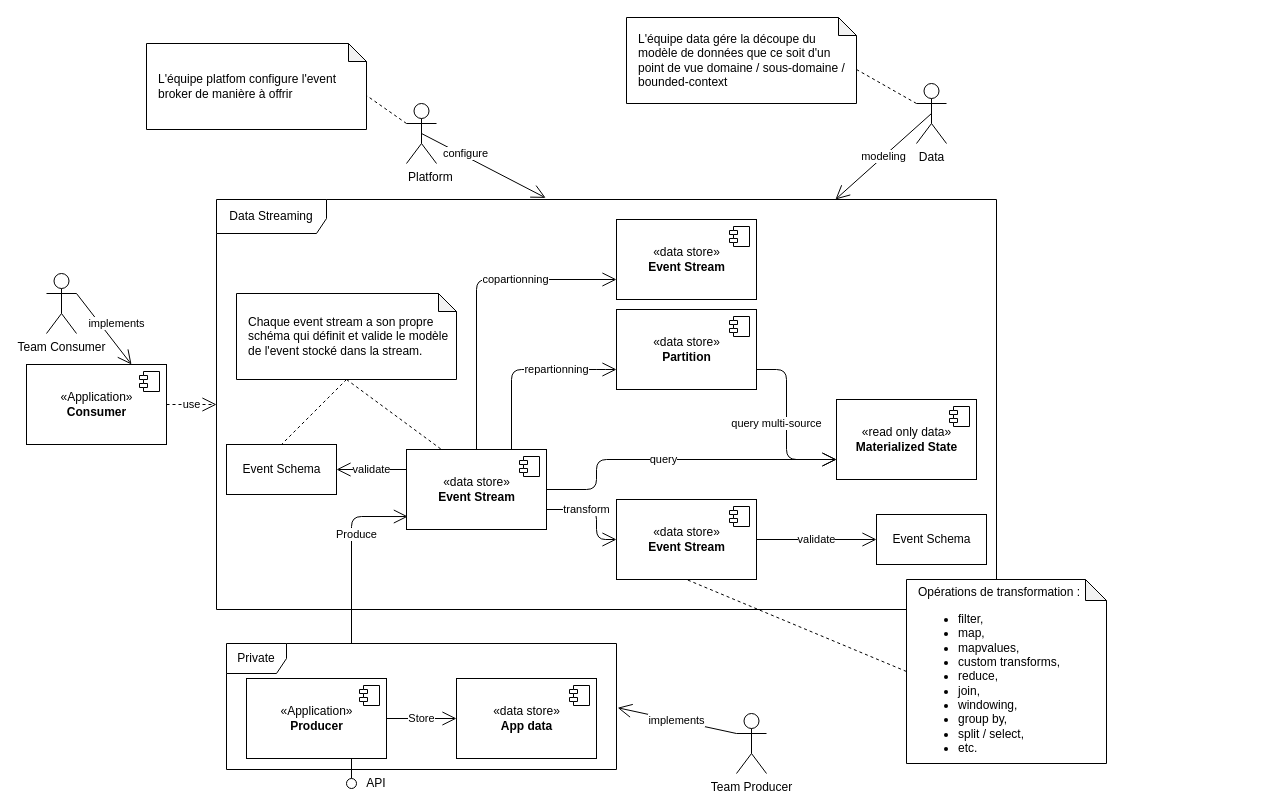
The draw.io diagram page "Page-2" (2 of 3) of drafts/data-liberation.drawio in diplomegalo/event-driven, before the edit. Source tidied: cells renumbered, new cells numbered last; positions are measured from the earlier drawing's top-left corner, leaving out a move shared by most shapes. Both pictures are drawn from the tidied source at 100%, with x=0, y=0 at pixel (26, 17).
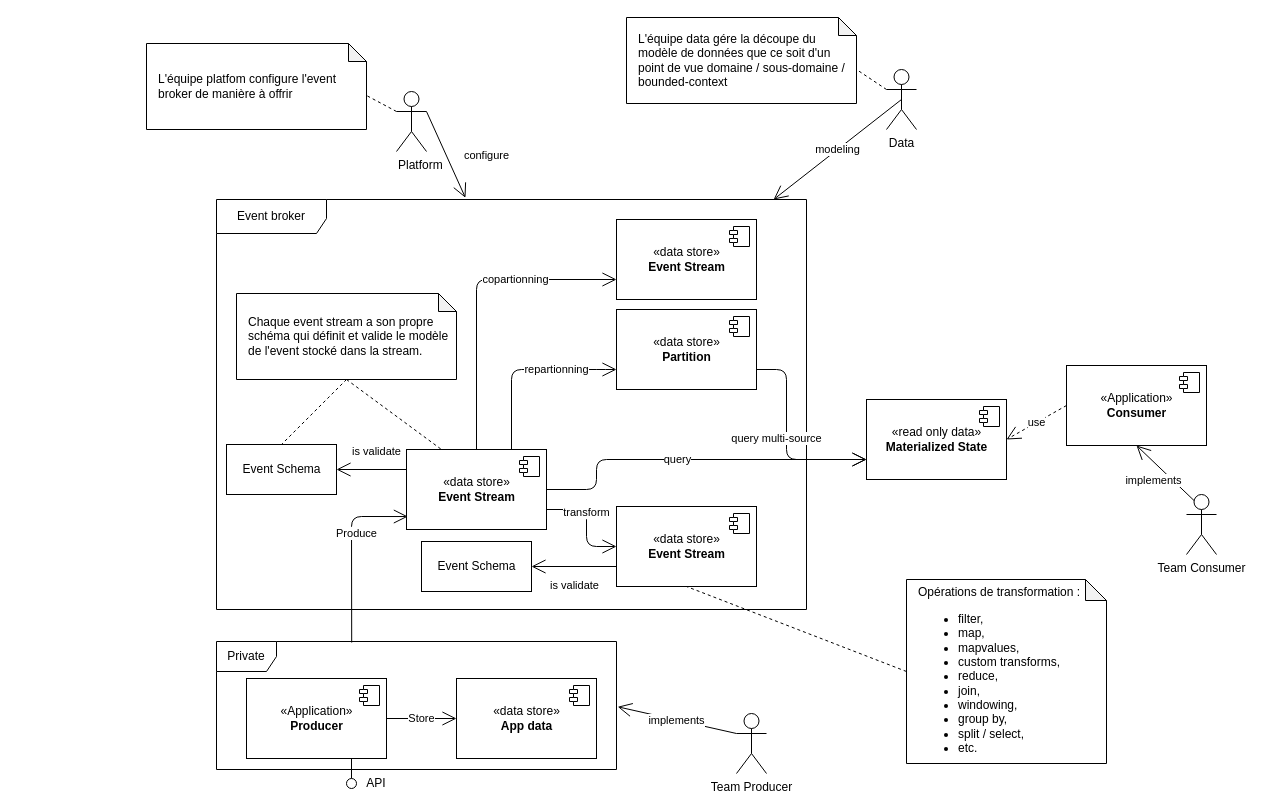
The same page after the edit.

Commit message (it also covers changes not shown here):
data stream

Unchanged cells that the change refers to:
```xml
<mxCell id="12" value="«data store»&lt;br&gt;&lt;b&gt;Event Stream&lt;/b&gt;" style="html=1;" parent="1" vertex="1">
  <mxGeometry x="380" y="432" width="140" height="80" as="geometry" />
</mxCell>
<mxCell id="44" value="Event Schema" style="html=1;" parent="1" vertex="1">
  <mxGeometry x="200" y="427" width="110" height="50" as="geometry" />
</mxCell>
```

The edit, as a diff of the source:
```diff
@@
+    <mxCell id="33" value="implements" style="endArrow=open;endFill=1;endSize=12;html=1;exitX=0.25;exitY=0.1;exitDx=0;exitDy=0;exitPerimeter=0;entryX=0.5;entryY=1;entryDx=0;entryDy=0;" parent="1" edge="1" source="32" target="29">
+      <mxGeometry x="0.07" y="13" relative="1" as="geometry" />
+    </mxCell>
     <mxCell id="2" value="Private" style="shape=umlFrame;whiteSpace=wrap;html=1;" parent="1" vertex="1">
-      <mxGeometry x="200" y="626" width="390" height="126" as="geometry" />
+      <mxGeometry x="190" y="624" width="400" height="128" as="geometry" />
     </mxCell>
-    <mxCell id="3" value="Data Streaming" style="shape=umlFrame;whiteSpace=wrap;html=1;width=110;height=34;" parent="1" vertex="1">
-      <mxGeometry x="190" y="182" width="780" height="410" as="geometry" />
+    <mxCell id="3" value="Event broker" style="shape=umlFrame;whiteSpace=wrap;html=1;width=110;height=34;" parent="1" vertex="1">
+      <mxGeometry x="190" y="182" width="590" height="410" as="geometry" />
     </mxCell>
@@
-    <mxCell id="14" value="Produce" style="endArrow=open;endFill=1;endSize=12;html=1;entryX=0.01;entryY=0.838;entryDx=0;entryDy=0;entryPerimeter=0;" parent="1" edge="1" target="12">
+    <mxCell id="14" value="Produce" style="endArrow=open;endFill=1;endSize=12;html=1;entryX=0.01;entryY=0.838;entryDx=0;entryDy=0;entryPerimeter=0;exitX=0.338;exitY=0.008;exitDx=0;exitDy=0;exitPerimeter=0;" parent="1" edge="1" source="2" target="12">
       <mxGeometry x="0.19" y="-5" relative="1" as="geometry">
-        <mxPoint x="325" y="626" as="sourcePoint" />
         <Array as="points">
           <mxPoint x="325" y="499" />
         </Array>
       </mxGeometry>
     </mxCell>
     <mxCell id="15" value="«read only data»&lt;br&gt;&lt;b&gt;Materialized State&lt;/b&gt;" style="html=1;" parent="1" vertex="1">
-      <mxGeometry x="810" y="382" width="140" height="80" as="geometry" />
+      <mxGeometry x="840" y="382" width="140" height="80" as="geometry" />
     </mxCell>
@@
     <mxCell id="17" value="«data store»&lt;br&gt;&lt;b&gt;Event Stream&lt;/b&gt;" style="html=1;" parent="1" vertex="1">
-      <mxGeometry x="590" y="482" width="140" height="80" as="geometry" />
+      <mxGeometry x="590" y="489" width="140" height="80" as="geometry" />
     </mxCell>
@@
     <mxCell id="19" value="transform" style="endArrow=open;endFill=1;endSize=12;html=1;exitX=1;exitY=0.75;exitDx=0;exitDy=0;entryX=0;entryY=0.5;entryDx=0;entryDy=0;" parent="1" edge="1" source="12" target="17">
       <mxGeometry x="-0.2" relative="1" as="geometry">
         <Array as="points">
-          <mxPoint x="570" y="492" />
-          <mxPoint x="570" y="522" />
+          <mxPoint x="560" y="492" />
+          <mxPoint x="560" y="529" />
         </Array>
       </mxGeometry>
     </mxCell>
@@
     <mxCell id="29" value="«Application»&lt;br&gt;&lt;b&gt;Consumer&lt;/b&gt;" style="html=1;" parent="1" vertex="1">
-      <mxGeometry y="347" width="140" height="80" as="geometry" />
+      <mxGeometry x="1040" y="348" width="140" height="80" as="geometry" />
     </mxCell>
@@
-    <mxCell id="31" value="use" style="endArrow=open;endSize=12;dashed=1;html=1;exitX=1;exitY=0.5;exitDx=0;exitDy=0;" parent="1" edge="1" source="29" target="3">
+    <mxCell id="31" value="use" style="endArrow=open;endSize=12;dashed=1;html=1;exitX=0;exitY=0.5;exitDx=0;exitDy=0;entryX=1;entryY=0.5;entryDx=0;entryDy=0;" parent="1" edge="1" source="29" target="15">
       <mxGeometry relative="1" as="geometry" />
     </mxCell>
-    <mxCell id="32" value="Team Consumer" style="shape=umlActor;verticalLabelPosition=bottom;verticalAlign=top;html=1;" parent="1" vertex="1">
-      <mxGeometry x="20" y="256" width="30" height="60" as="geometry" />
-    </mxCell>
-    <mxCell id="33" value="implements" style="endArrow=open;endFill=1;endSize=12;html=1;exitX=1;exitY=0.3333333333333333;exitDx=0;exitDy=0;exitPerimeter=0;entryX=0.75;entryY=0;entryDx=0;entryDy=0;" parent="1" edge="1" source="32" target="29">
-      <mxGeometry x="0.07" y="13" relative="1" as="geometry" />
-    </mxCell>
@@
     <mxCell id="36" value="Data" style="shape=umlActor;verticalLabelPosition=bottom;verticalAlign=top;html=1;" parent="1" vertex="1">
-      <mxGeometry x="890" y="66" width="30" height="60" as="geometry" />
+      <mxGeometry x="860" y="52" width="30" height="60" as="geometry" />
     </mxCell>
-    <mxCell id="37" style="endArrow=open;endFill=1;endSize=12;html=1;entryX=0.422;entryY=-0.004;entryDx=0;entryDy=0;entryPerimeter=0;exitX=0.5;exitY=0.5;exitDx=0;exitDy=0;exitPerimeter=0;" parent="1" edge="1" source="47" target="3">
+    <mxCell id="37" style="endArrow=open;endFill=1;endSize=12;html=1;entryX=0.422;entryY=-0.004;entryDx=0;entryDy=0;entryPerimeter=0;exitX=1;exitY=0.3333333333333333;exitDx=0;exitDy=0;exitPerimeter=0;" parent="1" edge="1" source="47" target="3">
       <mxGeometry relative="1" as="geometry" />
     </mxCell>
     <mxCell id="38" value="configure" style="edgeLabel;html=1;align=center;verticalAlign=middle;" parent="37" vertex="1">
-      <mxGeometry x="-0.32" y="3" relative="1" as="geometry" />
+      <mxGeometry x="-0.32" y="3" relative="1" as="geometry">
+        <mxPoint x="44" y="16" as="offset" />
+      </mxGeometry>
     </mxCell>
@@
     <mxCell id="42" value="Event Schema" style="html=1;" parent="1" vertex="1">
-      <mxGeometry x="850" y="497" width="110" height="50" as="geometry" />
+      <mxGeometry x="395" y="524" width="110" height="50" as="geometry" />
     </mxCell>
-    <mxCell id="43" value="validate" style="endArrow=open;endFill=1;endSize=12;html=1;exitX=1;exitY=0.5;exitDx=0;exitDy=0;entryX=0;entryY=0.5;entryDx=0;entryDy=0;" parent="1" edge="1" source="17" target="42">
-      <mxGeometry relative="1" as="geometry" />
+    <mxCell id="43" value="is validate" style="endArrow=open;endFill=1;endSize=12;html=1;exitX=0;exitY=0.75;exitDx=0;exitDy=0;entryX=1;entryY=0.5;entryDx=0;entryDy=0;" parent="1" edge="1" source="17" target="42">
+      <mxGeometry x="-0.02" y="19" relative="1" as="geometry" />
     </mxCell>
@@
-    <mxCell id="45" value="validate" style="endArrow=open;endFill=1;endSize=12;html=1;exitX=0;exitY=0.25;exitDx=0;exitDy=0;entryX=1;entryY=0.5;entryDx=0;entryDy=0;" parent="1" edge="1" source="12" target="44">
-      <mxGeometry relative="1" as="geometry" />
+    <mxCell id="45" value="is validate" style="endArrow=open;endFill=1;endSize=12;html=1;exitX=0;exitY=0.25;exitDx=0;exitDy=0;entryX=1;entryY=0.5;entryDx=0;entryDy=0;" parent="1" edge="1" source="12" target="44">
+      <mxGeometry x="-0.14" y="-18" relative="1" as="geometry" />
     </mxCell>
@@
     <mxCell id="47" value="Platform" style="shape=umlActor;verticalLabelPosition=bottom;verticalAlign=top;html=1;align=left;" parent="1" vertex="1">
-      <mxGeometry x="380" y="86" width="30" height="60" as="geometry" />
+      <mxGeometry x="370" y="74" width="30" height="60" as="geometry" />
     </mxCell>
@@
+    <mxCell id="32" value="Team Consumer" style="shape=umlActor;verticalLabelPosition=bottom;verticalAlign=top;html=1;" parent="1" vertex="1">
+      <mxGeometry x="1160" y="477" width="30" height="60" as="geometry" />
+    </mxCell>
```
